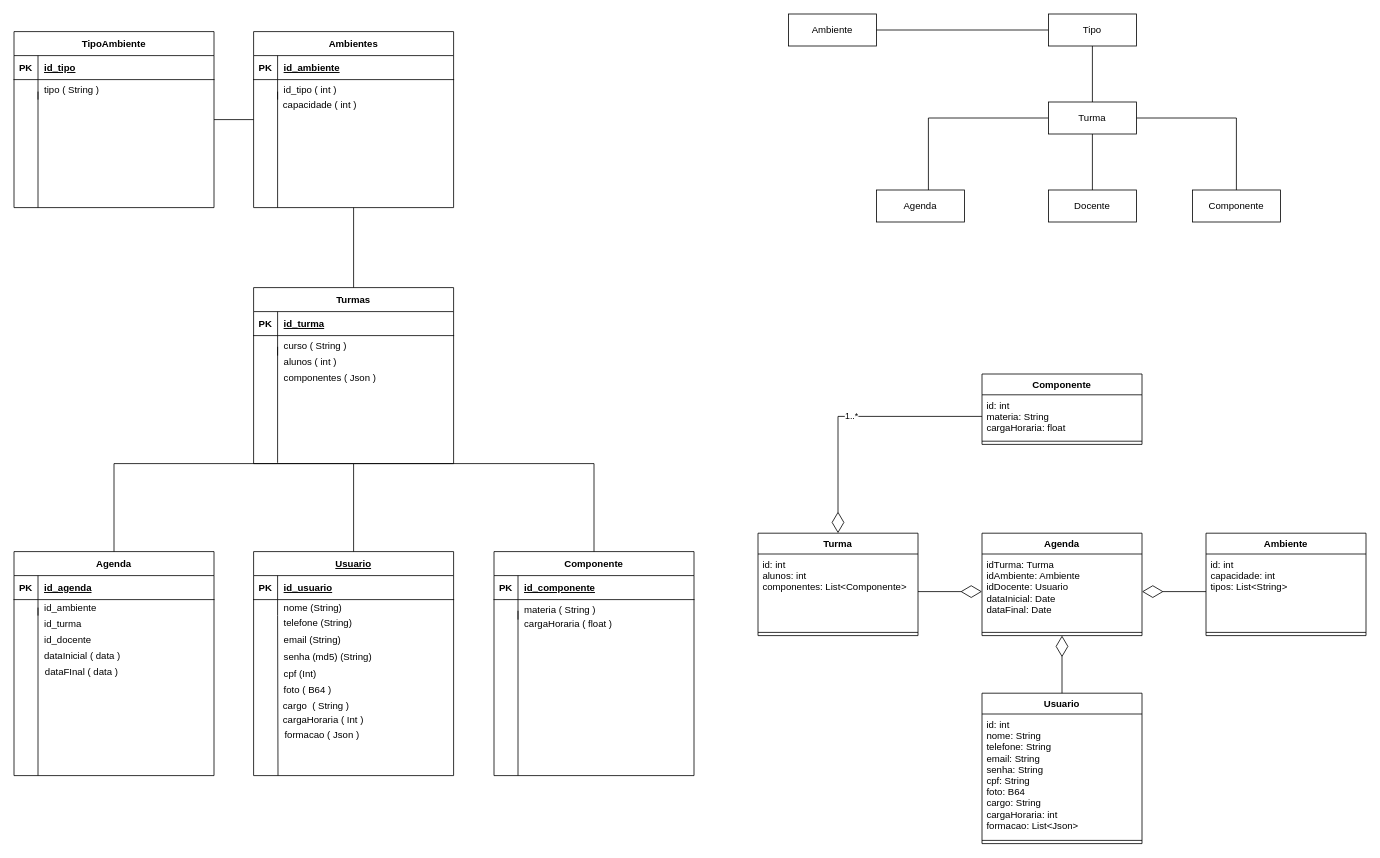
Above: Requisitos/DER.drawio in daniloafalcirolli/Master (draw.io), before the change. Source tidied: cells renumbered, new cells numbered last; positions are measured from the earlier drawing's top-left corner, leaving out a move shared by most shapes. Both pictures are drawn from the tidied source at 80%, with x=0, y=0 at pixel (14, 14).
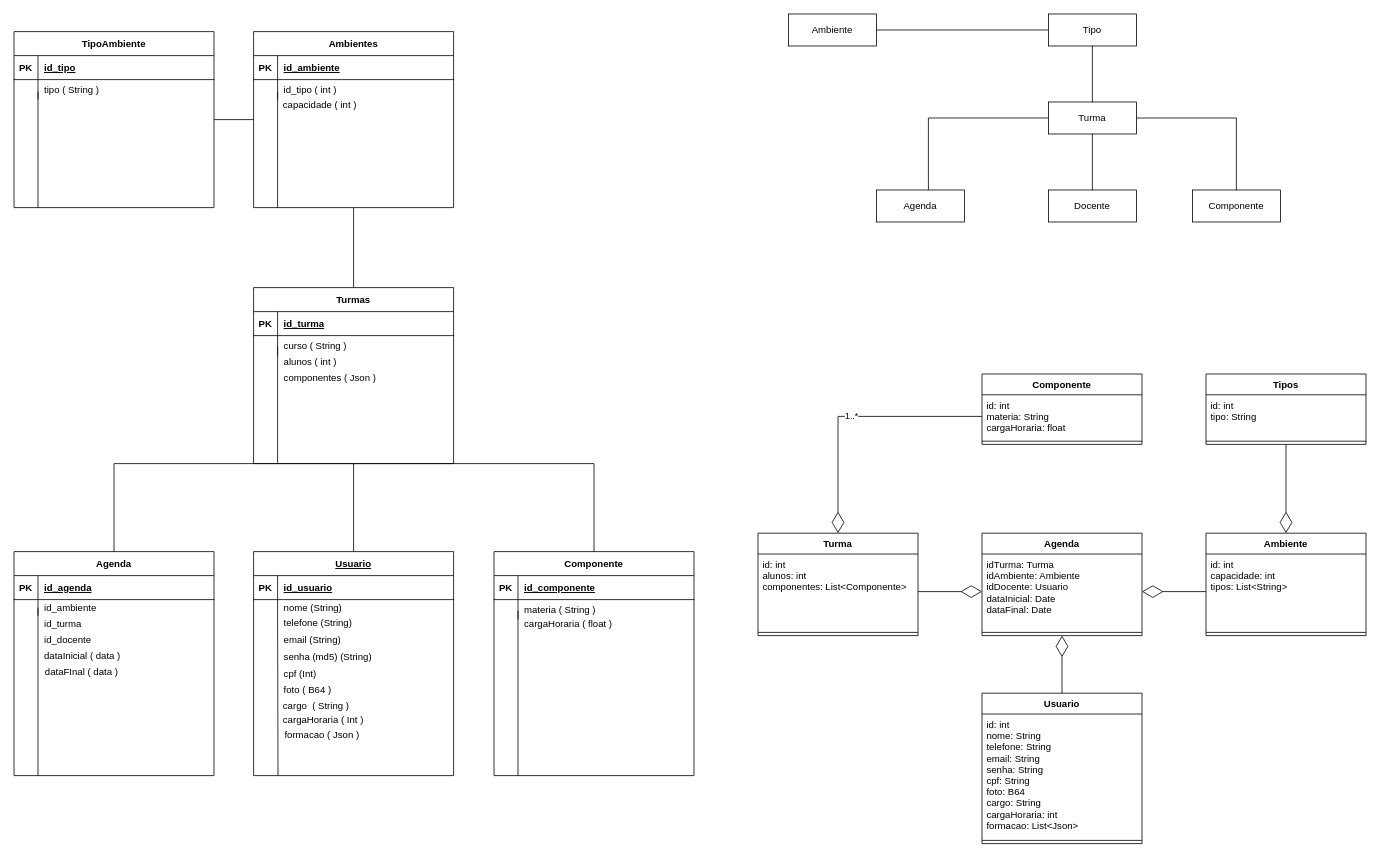
After the change.

The change refers to these unchanged cells:
```xml
<mxCell id="83" value="Ambiente" style="swimlane;fontStyle=1;align=center;verticalAlign=top;horizontal=1;startSize=26;" parent="1" vertex="1">
  <mxGeometry x="1490" y="649" width="200" height="128" as="geometry" />
</mxCell>
```

What changed in the source:
```diff
@@
+    <mxCell id="102" value="Tipos" style="swimlane;fontStyle=1;align=center;verticalAlign=top;horizontal=1;startSize=26;" parent="1" vertex="1">
+      <mxGeometry x="1490" y="450" width="200" height="88" as="geometry" />
+    </mxCell>
+    <mxCell id="103" value="id: int&#10;tipo: String" style="text;strokeColor=none;fillColor=none;align=left;verticalAlign=top;spacingLeft=4;spacingRight=4;overflow=hidden;" parent="102" vertex="1">
+      <mxGeometry y="26" width="200" height="54" as="geometry" />
+    </mxCell>
+    <mxCell id="104" style="line;strokeWidth=1;fillColor=none;align=left;verticalAlign=middle;spacingTop=-1;spacingLeft=3;spacingRight=3;labelPosition=right;" parent="102" vertex="1">
+      <mxGeometry y="80" width="200" height="8" as="geometry" />
+    </mxCell>
+    <mxCell id="105" style="endArrow=diamondThin;endFill=0;endSize=24;html=1;rounded=0;entryX=0.5;entryY=0;entryDx=0;entryDy=0;exitX=0.5;exitY=1;exitDx=0;exitDy=0;" parent="1" edge="1" source="102" target="83">
+      <mxGeometry relative="1" as="geometry" />
+    </mxCell>
```
